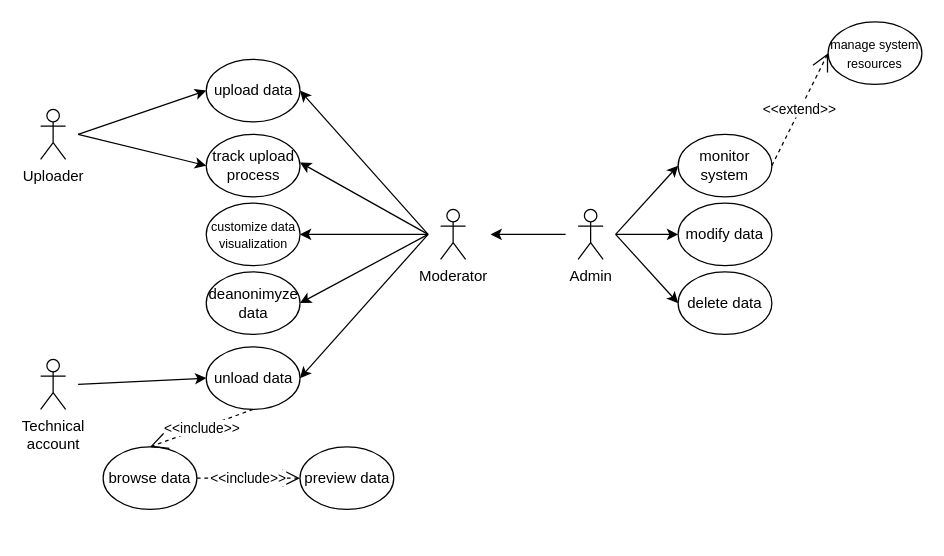
This is Diagrams/UseCaseDiagram.drawio from citec-spbu/MedicalDataService, a draw.io file, before an edit. Source tidied: cells renumbered, new cells numbered last; positions are measured from the earlier drawing's top-left corner, leaving out a move shared by most shapes. Both pictures are drawn from the tidied source at 125%, with x=0, y=0 at pixel (40, 21).
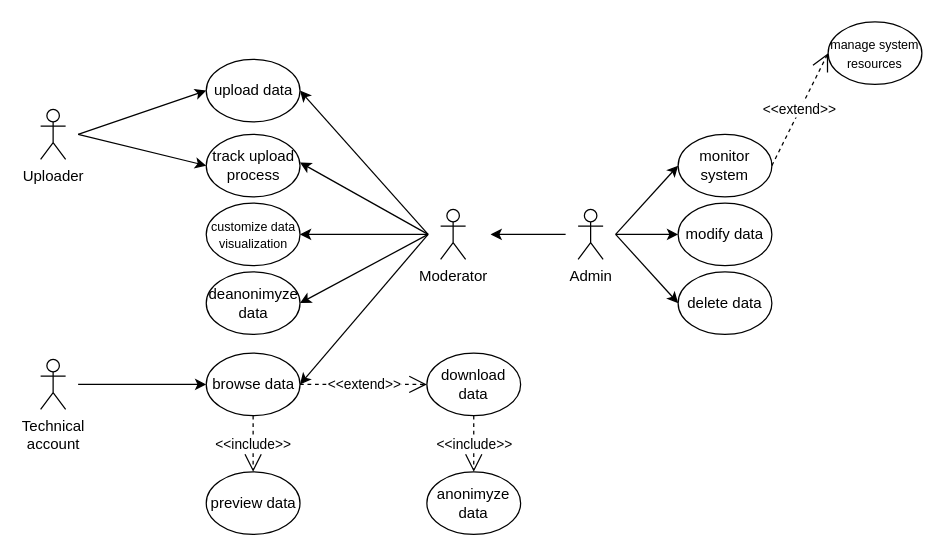
The same page after the edit.

Commit message:
fix: update UseCase diagram

Change to the diagram source:
```diff
@@
-    <mxCell id="6" value="unload data" style="ellipse;whiteSpace=wrap;html=1;" parent="1" vertex="1">
-      <mxGeometry x="132.5" y="260" width="75" height="50" as="geometry" />
+    <mxCell id="6" value="download data" style="ellipse;whiteSpace=wrap;html=1;" parent="1" vertex="1">
+      <mxGeometry x="309" y="265" width="75" height="50" as="geometry" />
     </mxCell>
@@
-    <mxCell id="19" style="endArrow=classic;html=1;rounded=0;entryX=1;entryY=0.5;entryDx=0;entryDy=0;" parent="1" edge="1" target="6">
+    <mxCell id="19" style="endArrow=classic;html=1;rounded=0;entryX=1;entryY=0.5;entryDx=0;entryDy=0;" parent="1" edge="1" target="26">
       <mxGeometry relative="1" as="geometry">
         <mxPoint x="310" y="170" as="sourcePoint" />
       </mxGeometry>
     </mxCell>
-    <mxCell id="20" style="endArrow=classic;html=1;rounded=0;entryX=0;entryY=0.5;entryDx=0;entryDy=0;" parent="1" edge="1" target="6">
+    <mxCell id="20" style="endArrow=classic;html=1;rounded=0;entryX=0;entryY=0.5;entryDx=0;entryDy=0;" parent="1" edge="1" target="26">
       <mxGeometry relative="1" as="geometry">
         <mxPoint x="30" y="290" as="sourcePoint" />
       </mxGeometry>
     </mxCell>
@@
     <mxCell id="26" value="browse data" style="ellipse;whiteSpace=wrap;html=1;" parent="1" vertex="1">
-      <mxGeometry x="50" y="340" width="75" height="50" as="geometry" />
+      <mxGeometry x="132.5" y="265" width="75" height="50" as="geometry" />
     </mxCell>
     <mxCell id="27" value="preview data" style="ellipse;whiteSpace=wrap;html=1;" parent="1" vertex="1">
-      <mxGeometry x="207.5" y="340" width="75" height="50" as="geometry" />
+      <mxGeometry x="132.5" y="360" width="75" height="50" as="geometry" />
     </mxCell>
-    <mxCell id="28" value="&amp;lt;&amp;lt;include&amp;gt;&amp;gt;" style="endArrow=open;endSize=12;dashed=1;html=1;rounded=0;entryX=0;entryY=0.5;entryDx=0;entryDy=0;exitX=1;exitY=0.5;exitDx=0;exitDy=0;" parent="1" edge="1" source="26" target="27">
+    <mxCell id="28" value="&amp;lt;&amp;lt;include&amp;gt;&amp;gt;" style="endArrow=open;endSize=12;dashed=1;html=1;rounded=0;entryX=0.5;entryY=0;entryDx=0;entryDy=0;exitX=0.5;exitY=1;exitDx=0;exitDy=0;" parent="1" edge="1" source="26" target="27">
       <mxGeometry relative="1" as="geometry" />
     </mxCell>
-    <mxCell id="29" value="&amp;lt;&amp;lt;include&amp;gt;&amp;gt;" style="endArrow=open;endSize=12;dashed=1;html=1;rounded=0;entryX=0.5;entryY=0;entryDx=0;entryDy=0;exitX=0.5;exitY=1;exitDx=0;exitDy=0;" parent="1" edge="1" source="6" target="26">
-      <mxGeometry relative="1" as="geometry" />
-    </mxCell>
@@
+    <mxCell id="32" value="anonimyze data" style="ellipse;whiteSpace=wrap;html=1;" parent="1" vertex="1">
+      <mxGeometry x="309" y="360" width="75" height="50" as="geometry" />
+    </mxCell>
+    <mxCell id="29" value="&amp;lt;&amp;lt;include&amp;gt;&amp;gt;" style="endArrow=open;endSize=12;dashed=1;html=1;rounded=0;entryX=0.5;entryY=0;entryDx=0;entryDy=0;exitX=0.5;exitY=1;exitDx=0;exitDy=0;" parent="1" edge="1" source="6" target="32">
+      <mxGeometry relative="1" as="geometry" />
+    </mxCell>
+    <mxCell id="33" value="&amp;lt;&amp;lt;extend&amp;gt;&amp;gt;" style="endArrow=open;endSize=12;dashed=1;html=1;rounded=0;entryX=0;entryY=0.5;entryDx=0;entryDy=0;exitX=1;exitY=0.5;exitDx=0;exitDy=0;" parent="1" edge="1" source="26" target="6">
+      <mxGeometry relative="1" as="geometry" />
+    </mxCell>
```
